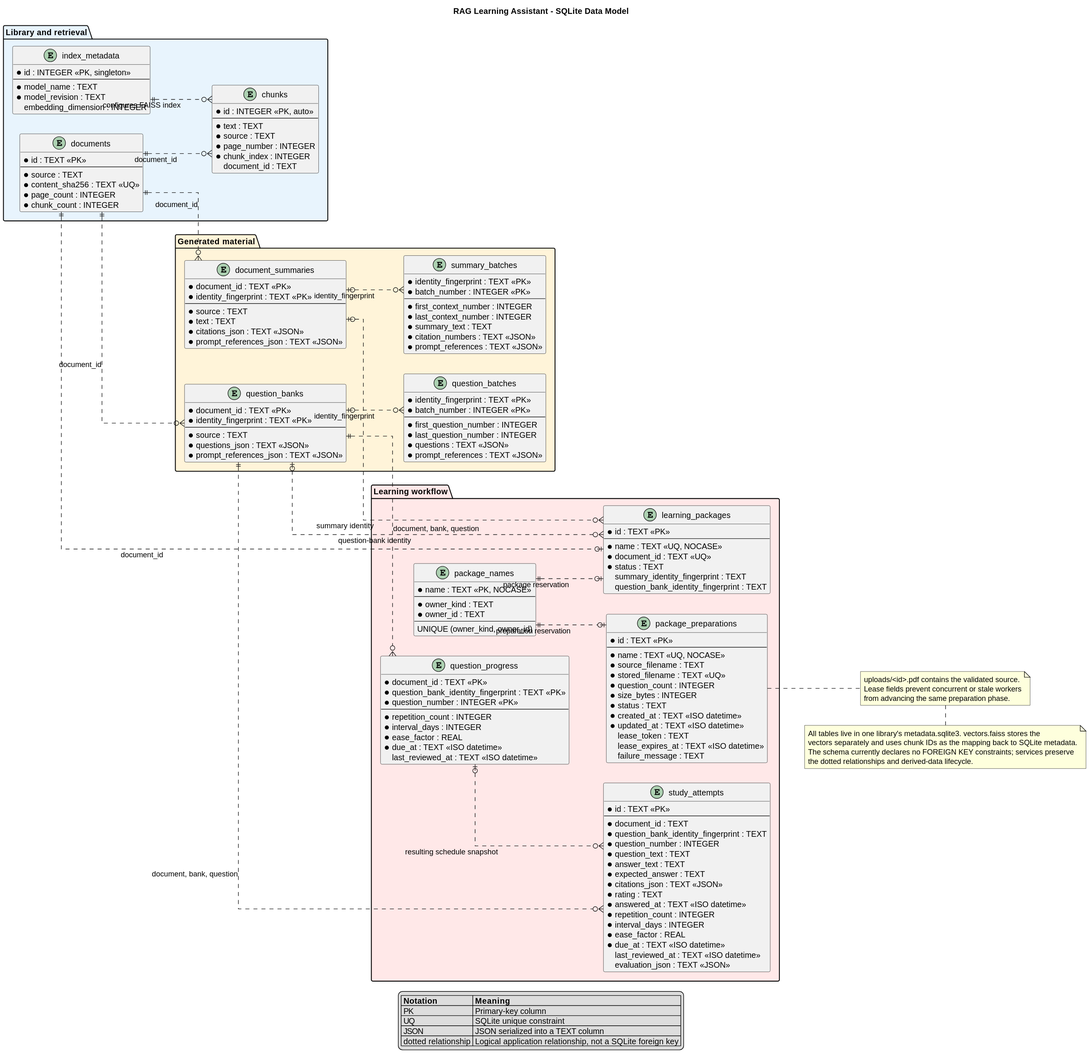
Above: docs/database-overview.svg in ebe542/rag-learning-assistant (PlantUML), before the change.
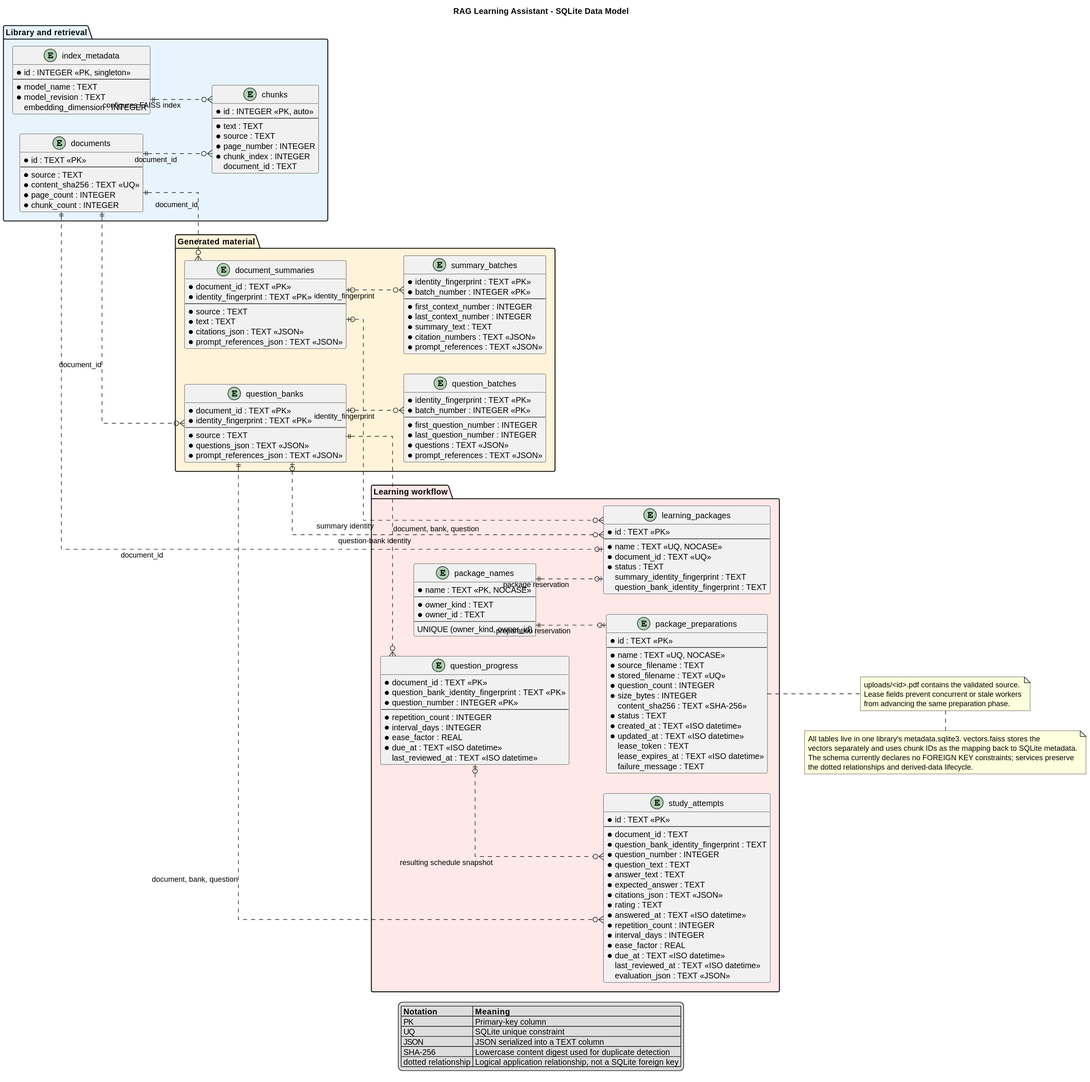
The same diagram one commit later.

Change to the diagram source:
```diff
@@ -98,6 +98,7 @@
     * stored_filename : TEXT <<UQ>>
     * question_count : INTEGER
     * size_bytes : INTEGER
+    content_sha256 : TEXT <<SHA-256>>
     * status : TEXT
     * created_at : TEXT <<ISO datetime>>
     * updated_at : TEXT <<ISO datetime>>
@@ -175,6 +176,7 @@
   | PK | Primary-key column |
   | UQ | SQLite unique constraint |
   | JSON | JSON serialized into a TEXT column |
+  | SHA-256 | Lowercase content digest used for duplicate detection |
   | dotted relationship | Logical application relationship, not a SQLite foreign key |
 endlegend
 
```
